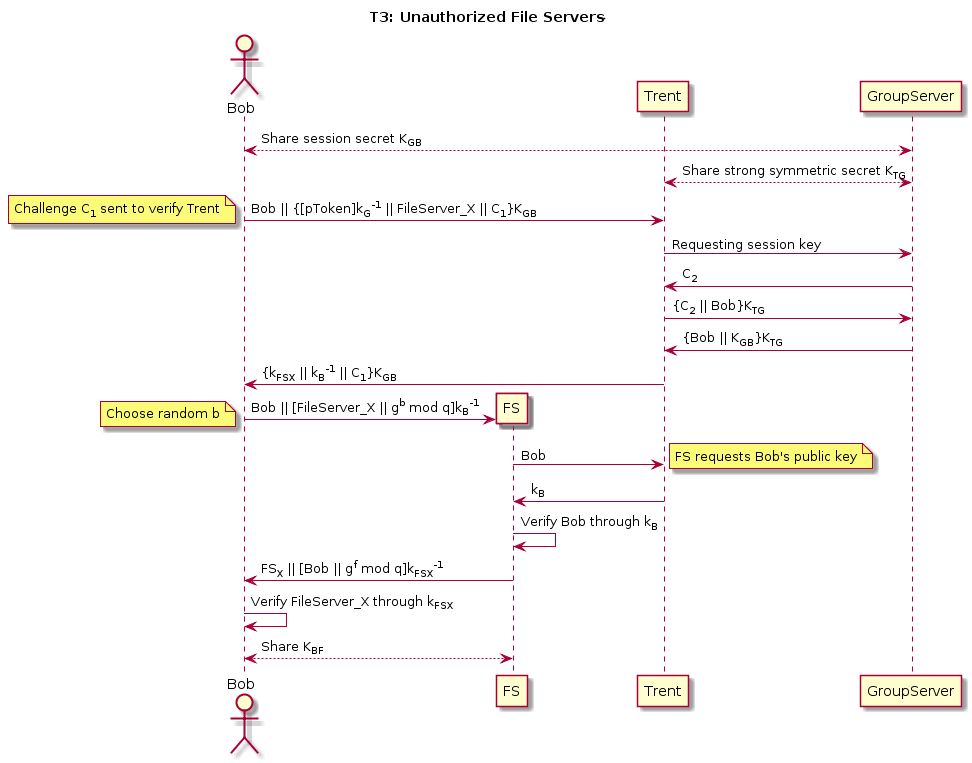
Before: reports/img/T3.png, a diagram exported from PlantUML (jondyer/cs1653-2017fa-jbd29-mar257-zds14). Its source is kept beside it as reports/img/T3.puml.
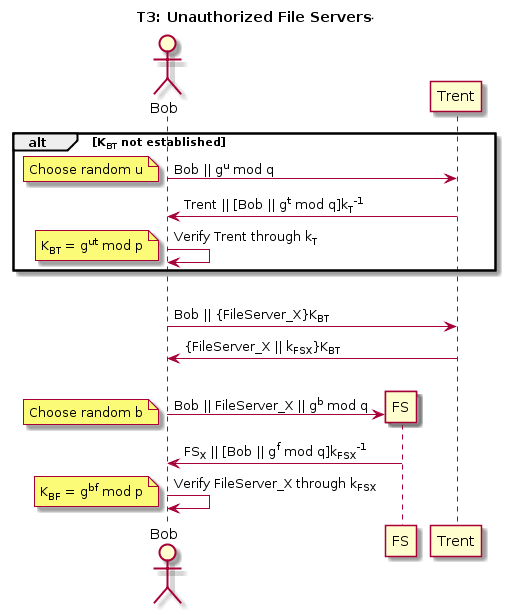
Later version of the same file.

Diff of the diagram source:
```diff
@@ -3,29 +3,28 @@
 actor Bob
 participant FS
 participant Trent
-participant GroupServer
 
-Bob <--> GroupServer: Share session secret K<sub>GB</sub>
-GroupServer <--> Trent: Share strong symmetric secret K<sub>TG</sub>
-Bob -> Trent: Bob || {[pToken]k<sub>G</sub><sup>-1</sup> || FileServer_X || C<sub>1</sub>}K<sub>GB</sub>
-note left: Challenge C<sub>1</sub> sent to verify Trent
+alt K<sub>BT</sub> not established
+	Bob -> Trent: Bob || g<sup>u</sup> mod q
+	note left: Choose random u
+	Trent -> Bob: Trent || [Bob || g<sup>t</sup> mod q]k<sub>T</sub><sup>-1</sup>
+	Bob -> Bob: Verify Trent through k<sub>T</sub>
+	note left: K<sub>BT</sub> = g<sup>ut</sup> mod p
+end
 
-Trent -> GroupServer: Requesting session key
-GroupServer -> Trent: C<sub>2</sub>
-Trent -> GroupServer: {C<sub>2</sub> || Bob}K<sub>TG</sub>
-GroupServer -> Trent: {Bob || K<sub>GB</sub>}K<sub>TG</sub>
-Trent -> Bob: {k<sub>FSX</sub> || k<sub>B</sub><sup>-1</sup> || C<sub>1</sub>}K<sub>GB</sub>
+|||
+
+Bob -> Trent: Bob || {FileServer_X}K<sub>BT</sub>
+Trent -> Bob: {FileServer_X || k<sub>FSX</sub>}K<sub>BT</sub>
+
+|||
 
 create FS
-Bob -> FS: Bob || [FileServer_X || g<sup>b</sup> mod q]k<sub>B</sub><sup>-1</sup>
+Bob -> FS: Bob || FileServer_X || g<sup>b</sup> mod q
 note left: Choose random b
-FS -> Trent: Bob
-note right: FS requests Bob's public key
-Trent -> FS: k<sub>B</sub>
 
-FS -> FS: Verify Bob through k<sub>B</sub>
 FS -> Bob: FS<sub>X</sub> || [Bob || g<sup>f</sup> mod q]k<sub>FSX</sub><sup>-1</sup>
 Bob -> Bob: Verify FileServer_X through k<sub>FSX</sub>
+note left: K<sub>BF</sub> = g<sup>bf</sup> mod p
 
-Bob <--> FS: Share K<sub>BF</sub>
 @enduml
```
